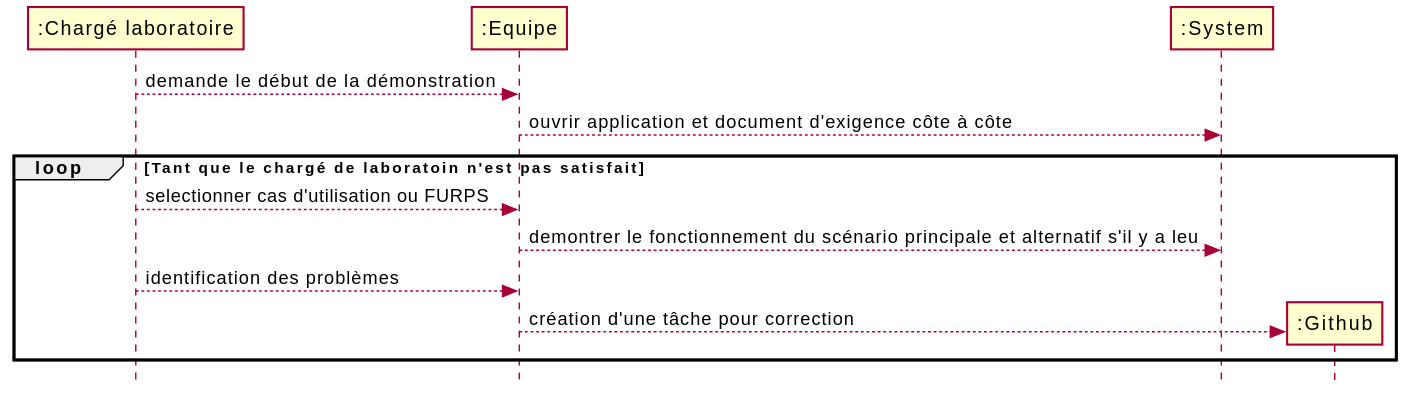
profcfuhrmanets/log210-jeu-de-des-node-express-ts keeps this PlantUML diagram as README/dss-demonstration.svg. Above is the earlier version.
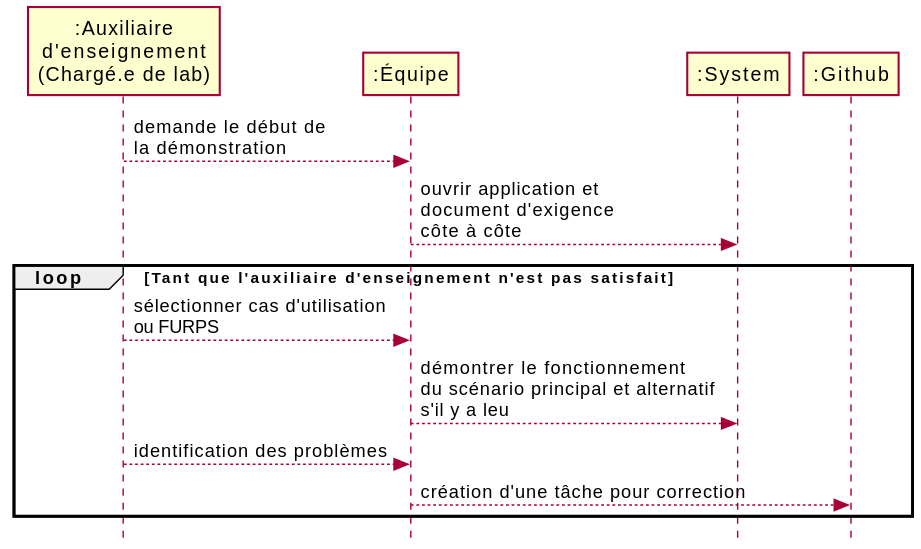
Above is the later version.

What changed in the source:
```diff
@@ -1,16 +1,16 @@
 @startuml
 skinparam style strictuml
-    participant ":Chargé laboratoire" as C
-    participant ":Equipe" as E
-    participant ":System" as S
-    participant ":Github" as G
+participant ":Auxiliaire\nd'enseignement\n(Chargé.e de lab)" as C
+participant ":Équipe" as E
+participant ":System" as S
+participant ":Github" as G
 
-    C --> E: demande le début de la démonstration
-    E --> S: ouvrir application et document d'exigence côte à côte
-    Loop Tant que le chargé de laboratoin n'est pas satisfait
-        C --> E: selectionner cas d'utilisation ou FURPS
-        E --> S: demontrer le fonctionnement du scénario principale et alternatif s'il y a leu
-        C --> E: identification des problèmes
-        E --> G**:  création d'une tâche pour correction
-    end
+C --> E: demande le début de\nla démonstration
+E --> S: ouvrir application et \ndocument d'exigence\ncôte à côte
+loop Tant que l'auxiliaire d'enseignement n'est pas satisfait
+    C --> E: sélectionner cas d'utilisation\nou FURPS
+    E --> S: démontrer le fonctionnement\ndu scénario principal et alternatif\ns'il y a leu
+    C --> E: identification des problèmes
+    E --> G:  création d'une tâche pour correction
+end
 @enduml
```
